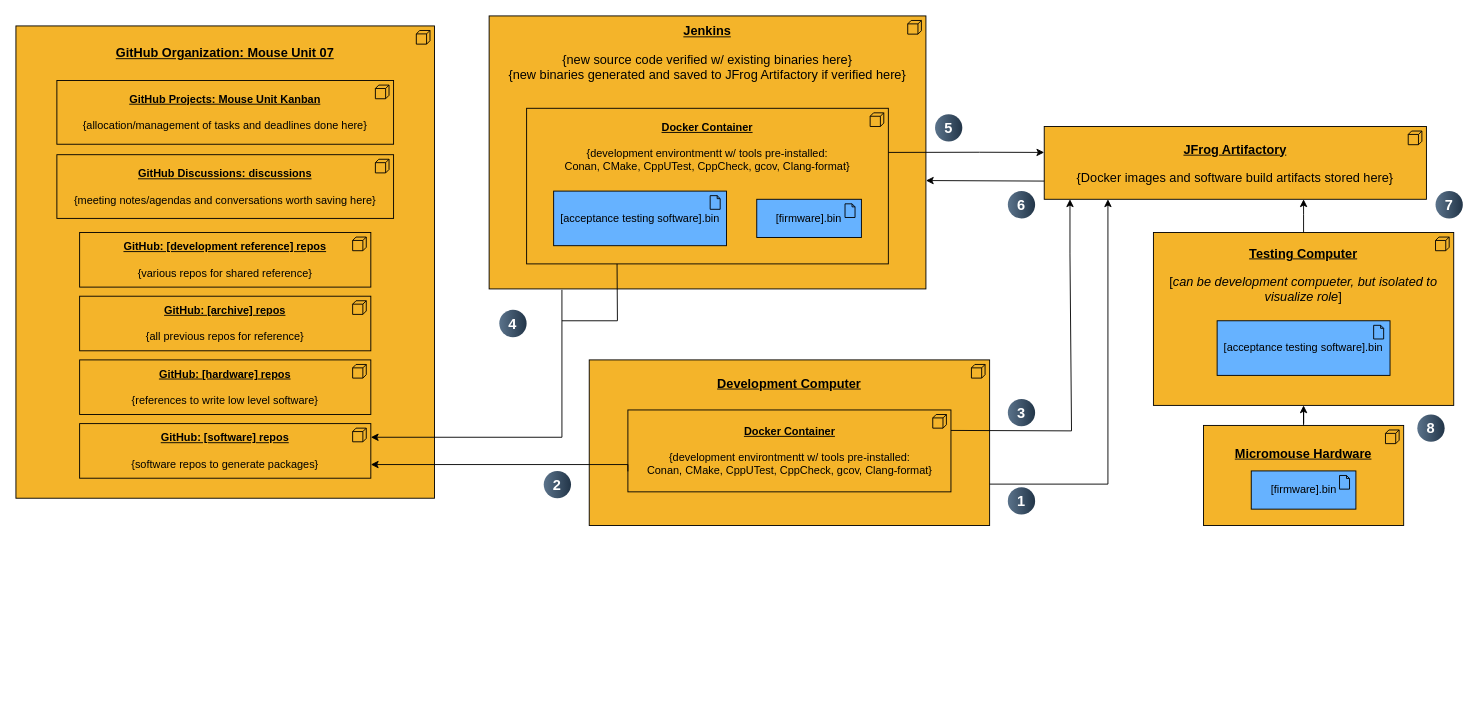
This is development-tools/development-tools.drawio from Mouse-Unit-07/engineering-sketches, a draw.io file, before an edit. Source tidied: cells renumbered, new cells numbered last; positions are measured from the earlier drawing's top-left corner, leaving out a move shared by most shapes. Both pictures are drawn from the tidied source at 91%, with x=0, y=0 at pixel (15, 15).
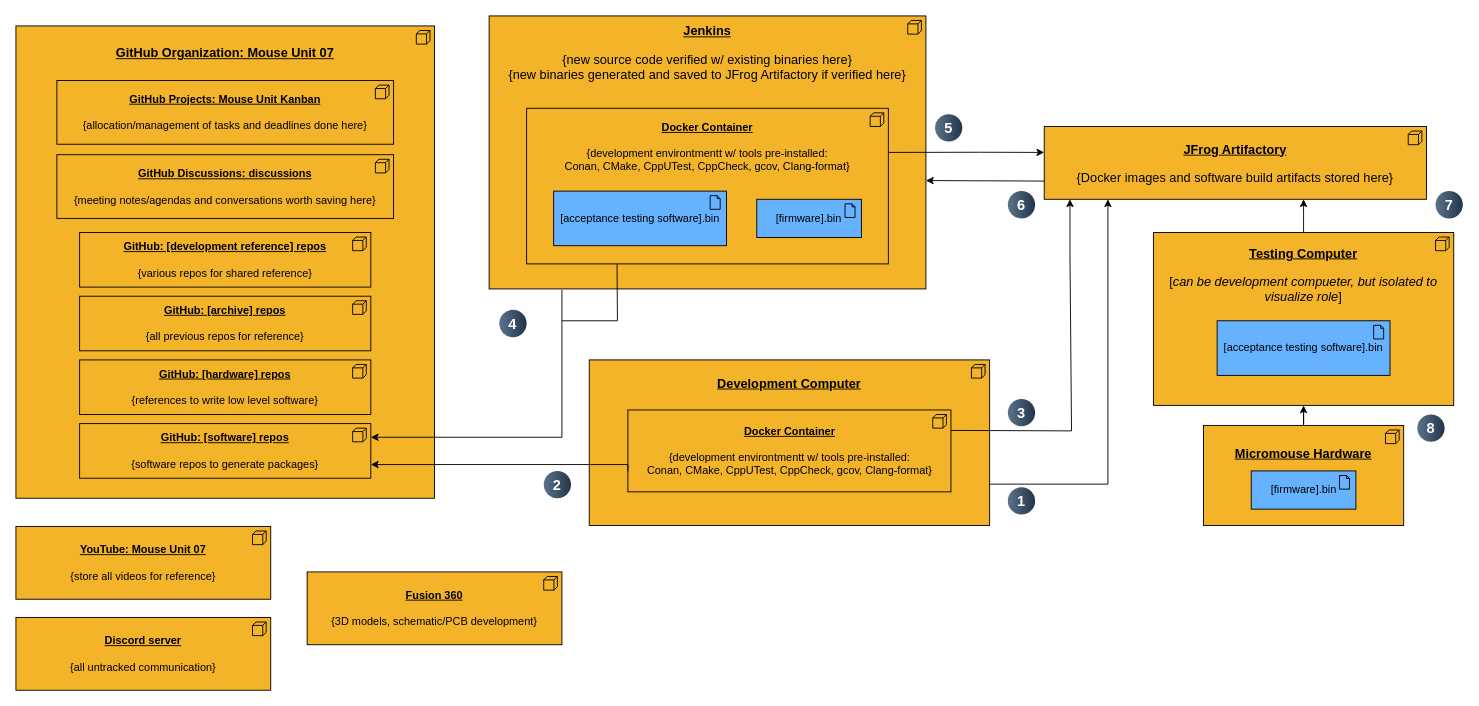
After the change.

Commit message (it also covers changes not shown here):
docs: update development tools docs for external tools

Diff of the diagram source:
```diff
@@
+    <mxCell id="37" value="&lt;span style=&quot;background-color: transparent; color: light-dark(rgb(0, 0, 0), rgb(255, 255, 255));&quot;&gt;&lt;b&gt;&lt;u&gt;Discord server&lt;/u&gt;&lt;/b&gt;&lt;/span&gt;&lt;div&gt;&lt;span style=&quot;background-color: transparent; color: light-dark(rgb(0, 0, 0), rgb(255, 255, 255));&quot;&gt;&lt;br&gt;{all untracked communication&lt;/span&gt;&lt;span style=&quot;background-color: transparent; color: light-dark(rgb(0, 0, 0), rgb(255, 255, 255));&quot;&gt;}&lt;/span&gt;&lt;/div&gt;" style="html=1;whiteSpace=wrap;fillColor=light-dark(#f4b42a, #004400);shape=mxgraph.archimate.application;appType=node;align=center;" parent="1" vertex="1">
+      <mxGeometry y="661" width="280" height="80" as="geometry" />
+    </mxCell>
+    <mxCell id="38" value="&lt;span style=&quot;background-color: transparent; color: light-dark(rgb(0, 0, 0), rgb(255, 255, 255));&quot;&gt;&lt;b&gt;&lt;u&gt;YouTube:&amp;nbsp;&lt;/u&gt;&lt;/b&gt;&lt;/span&gt;&lt;b&gt;&lt;u&gt;Mouse Unit 07&lt;/u&gt;&lt;/b&gt;&lt;div&gt;&lt;span style=&quot;background-color: transparent; color: light-dark(rgb(0, 0, 0), rgb(255, 255, 255));&quot;&gt;&lt;br&gt;{store all videos for reference&lt;/span&gt;&lt;span style=&quot;background-color: transparent; color: light-dark(rgb(0, 0, 0), rgb(255, 255, 255));&quot;&gt;}&lt;/span&gt;&lt;/div&gt;" style="html=1;whiteSpace=wrap;fillColor=light-dark(#f4b42a, #004400);shape=mxgraph.archimate.application;appType=node;align=center;" parent="1" vertex="1">
+      <mxGeometry y="561" width="280" height="80" as="geometry" />
+    </mxCell>
+    <mxCell id="39" value="&lt;span style=&quot;background-color: transparent; color: light-dark(rgb(0, 0, 0), rgb(255, 255, 255));&quot;&gt;&lt;b&gt;&lt;u&gt;Fusion 360&lt;/u&gt;&lt;/b&gt;&lt;/span&gt;&lt;div&gt;&lt;span style=&quot;background-color: transparent; color: light-dark(rgb(0, 0, 0), rgb(255, 255, 255));&quot;&gt;&lt;br&gt;{3D models, schematic/PCB development&lt;/span&gt;&lt;span style=&quot;background-color: transparent; color: light-dark(rgb(0, 0, 0), rgb(255, 255, 255));&quot;&gt;}&lt;/span&gt;&lt;/div&gt;" style="html=1;whiteSpace=wrap;fillColor=light-dark(#f4b42a, #004400);shape=mxgraph.archimate.application;appType=node;align=center;" parent="1" vertex="1">
+      <mxGeometry x="320" y="611" width="280" height="80" as="geometry" />
+    </mxCell>
```
